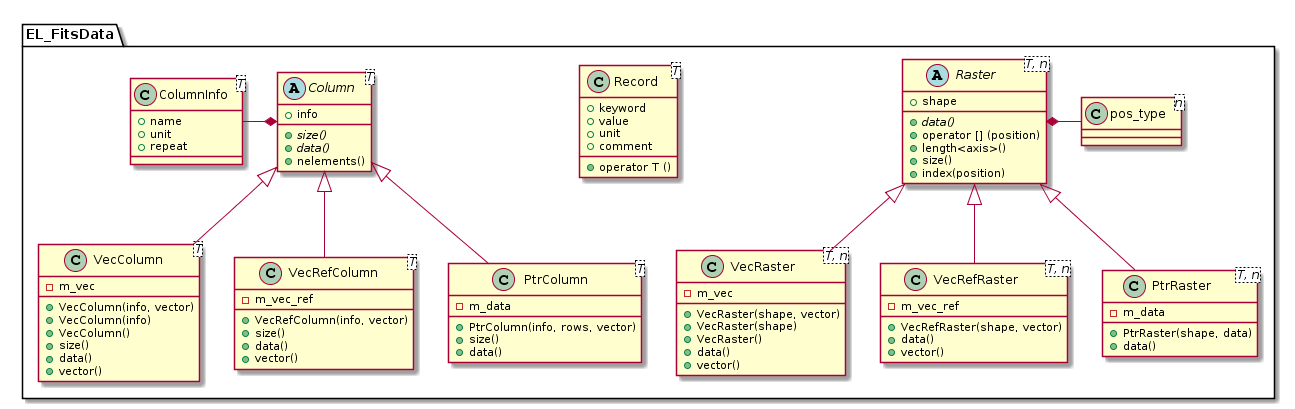
Earlier version of the PlantUML export doc/diagrams/out/FitsData.png (CNES/EleFits).
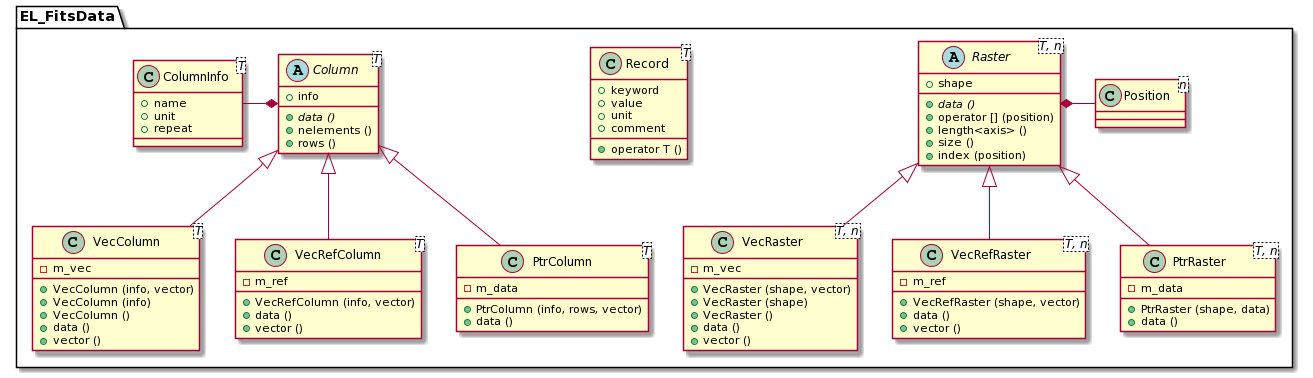
Above is the later version.

Commit message:
Update class diagrams

The edit, as a diff of the source:
```diff
@@ -4,7 +4,7 @@
 Raster <|-- VecRaster
 Raster <|-- VecRefRaster
 Raster <|-- PtrRaster
-Raster *- pos_type
+Raster *- Position
 
 Record -[hidden] Record
 
@@ -13,38 +13,38 @@
 Column <|-- PtrColumn
 ColumnInfo -* Column
 
-class pos_type<n> {
+class Position<n> {
 }
 
 abstract class Raster<T, n> {
 + shape
-+ {abstract} data()
++ {abstract} data ()
 + operator [] (position)
-+ length<axis>()
-+ size()
-+ index(position)
++ length<axis> ()
++ size ()
++ index (position)
 }
 
 class VecRaster<T, n> {
 - m_vec
-+ VecRaster(shape, vector)
-+ VecRaster(shape)
-+ VecRaster()
-+ data()
-+ vector()
++ VecRaster (shape, vector)
++ VecRaster (shape)
++ VecRaster ()
++ data ()
++ vector ()
 }
 
 class VecRefRaster<T, n> {
-- m_vec_ref
-+ VecRefRaster(shape, vector)
-+ data()
-+ vector()
+- m_ref
++ VecRefRaster (shape, vector)
++ data ()
++ vector ()
 }
 
 class PtrRaster<T, n> {
 - m_data
-+ PtrRaster(shape, data)
-+ data()
++ PtrRaster (shape, data)
++ data ()
 }
 
 class Record<T> {
@@ -63,34 +63,31 @@
 
 abstract class Column<T> {
 + info
-+ {abstract} size()
-+ {abstract} data()
-+ nelements()
++ {abstract} data ()
++ nelements ()
++ rows ()
 }
 
 class VecColumn<T> {
 - m_vec
-+ VecColumn(info, vector)
-+ VecColumn(info)
-+ VecColumn()
-+ size()
-+ data()
-+ vector()
++ VecColumn (info, vector)
++ VecColumn (info)
++ VecColumn ()
++ data ()
++ vector ()
 }
 
 class VecRefColumn<T> {
-- m_vec_ref
-+ VecRefColumn(info, vector)
-+ size()
-+ data()
-+ vector()
+- m_ref
++ VecRefColumn (info, vector)
++ data ()
++ vector ()
 }
 
 class PtrColumn<T> {
 - m_data
-+ PtrColumn(info, rows, vector)
-+ size()
-+ data()
++ PtrColumn (info, rows, vector)
++ data ()
 }
 
 }
```
